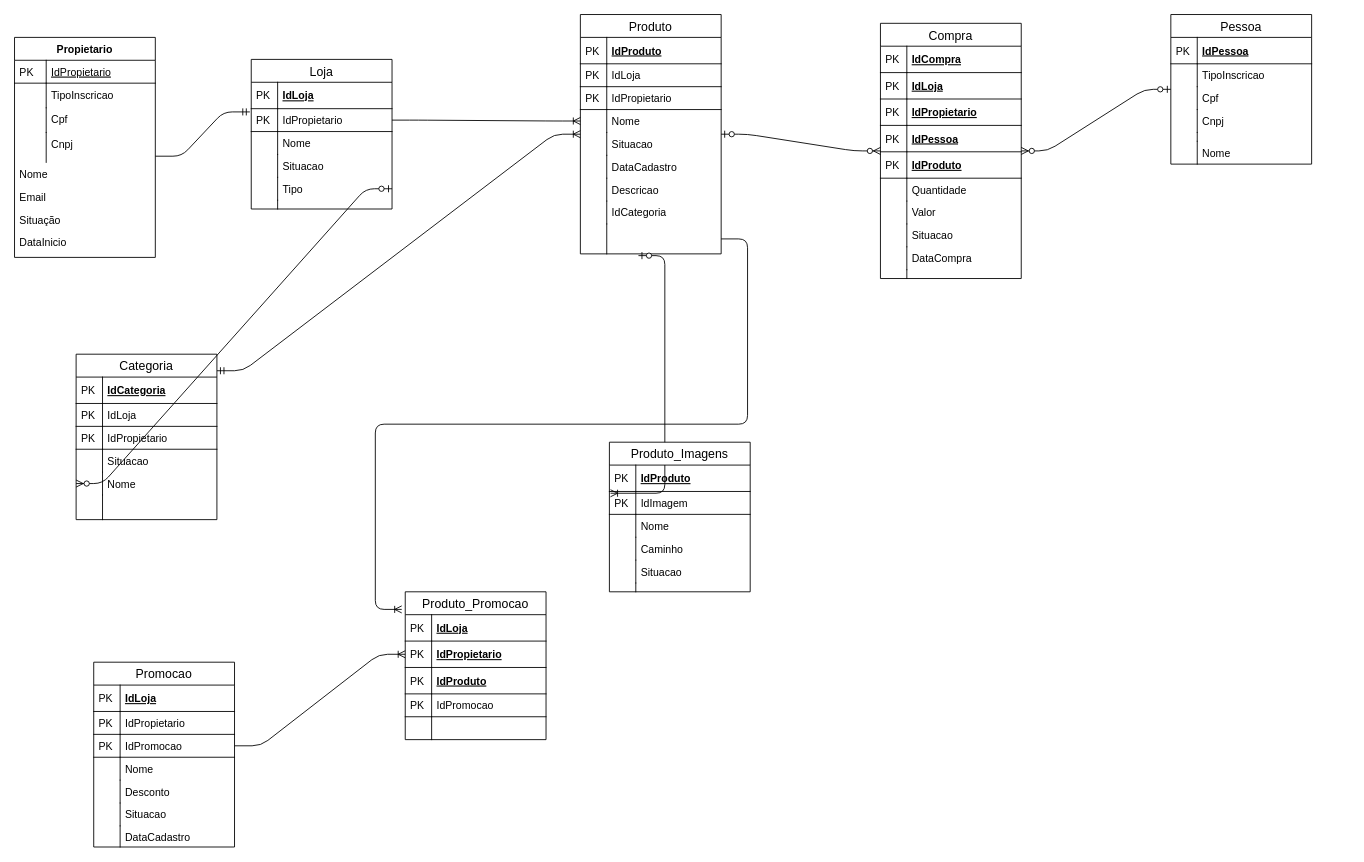
Before: Documentação/Diagramas/MER.drawio in jsilvastasiak/E-shopping, a draw.io diagram. Source tidied: cells renumbered, new cells numbered last; positions are measured from the earlier drawing's top-left corner, leaving out a move shared by most shapes. Both pictures are drawn from the tidied source at 88%, with x=0, y=0 at pixel (14, 14).
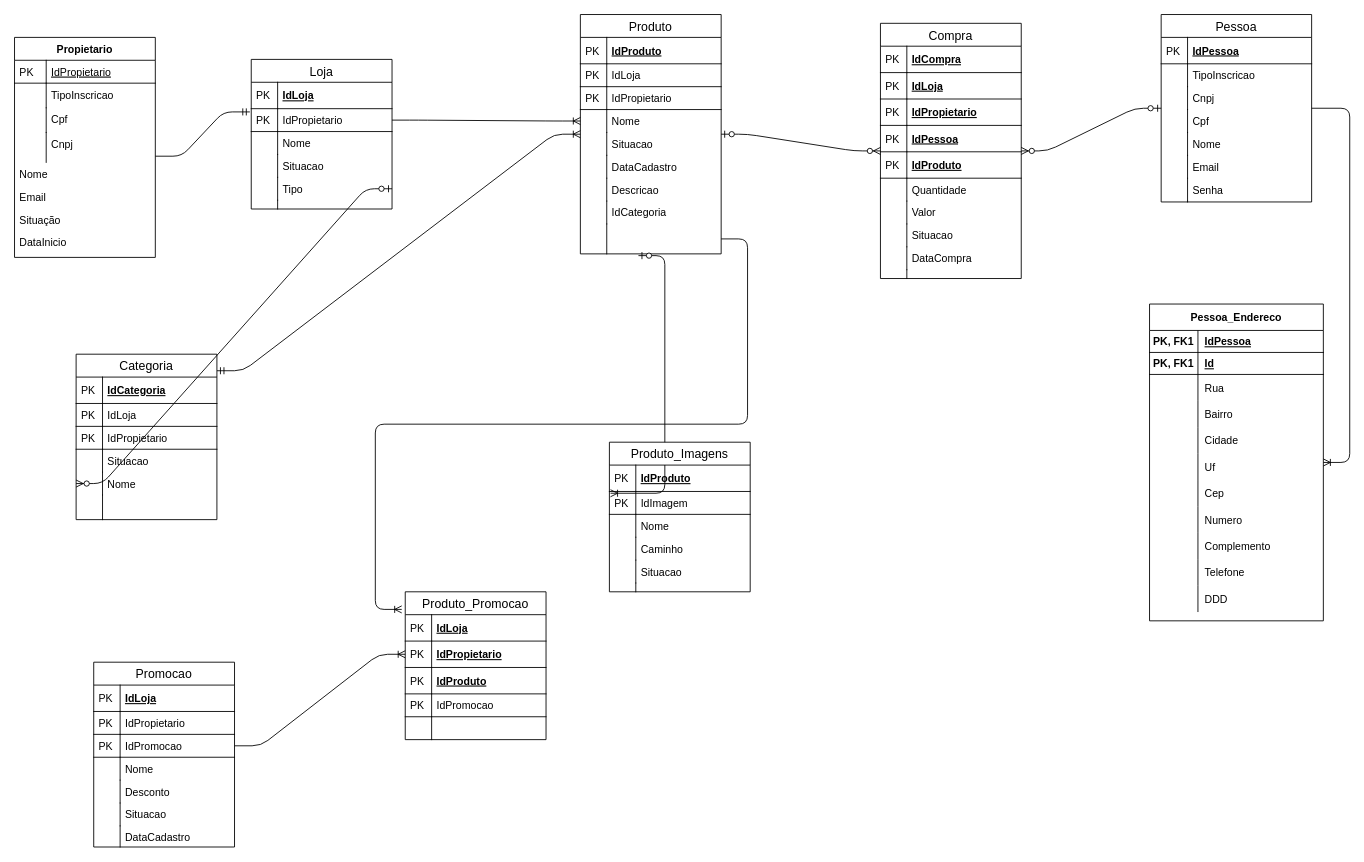
After the change.

The edit, as a diff of the source:
```diff
@@
     <mxCell id="35" value="Pessoa" style="swimlane;fontStyle=0;horizontal=1;startSize=26;align=center;fontSize=14;" parent="1" vertex="1">
-      <mxGeometry x="1314" width="160" height="170" as="geometry" />
+      <mxGeometry x="1303" width="171" height="213" as="geometry" />
     </mxCell>
     <mxCell id="36" value="IdPessoa" style="shape=partialRectangle;top=0;left=0;right=0;bottom=1;align=left;verticalAlign=middle;fillColor=none;spacingLeft=34;spacingRight=4;overflow=hidden;fontStyle=5;fontSize=12;" parent="35" vertex="1">
-      <mxGeometry y="26" width="160" height="30" as="geometry" />
+      <mxGeometry y="26" width="171" height="30" as="geometry" />
     </mxCell>
@@
     <mxCell id="38" value="TipoInscricao" style="shape=partialRectangle;top=0;left=0;right=0;bottom=0;align=left;verticalAlign=top;fillColor=none;spacingLeft=34;spacingRight=4;overflow=hidden;fontSize=12;" parent="35" vertex="1">
-      <mxGeometry y="56" width="160" height="26" as="geometry" />
+      <mxGeometry y="56" width="171" height="26" as="geometry" />
     </mxCell>
@@
+    <mxCell id="42" value="Cnpj" style="shape=partialRectangle;top=0;left=0;right=0;bottom=0;align=left;verticalAlign=top;fillColor=none;spacingLeft=34;spacingRight=4;overflow=hidden;fontSize=12;" parent="35" vertex="1">
+      <mxGeometry y="82" width="171" height="26" as="geometry" />
+    </mxCell>
+    <mxCell id="43" style="shape=partialRectangle;top=0;left=0;bottom=0;fillColor=none;align=left;verticalAlign=top;spacingLeft=4;spacingRight=4;overflow=hidden;fontSize=12;" parent="42" vertex="1">
+      <mxGeometry width="30" height="26" as="geometry" />
+    </mxCell>
     <mxCell id="40" value="Cpf" style="shape=partialRectangle;top=0;left=0;right=0;bottom=0;align=left;verticalAlign=top;fillColor=none;spacingLeft=34;spacingRight=4;overflow=hidden;fontSize=12;" parent="35" vertex="1">
-      <mxGeometry y="82" width="160" height="26" as="geometry" />
+      <mxGeometry y="108" width="171" height="26" as="geometry" />
     </mxCell>
@@
-    <mxCell id="42" value="Cnpj" style="shape=partialRectangle;top=0;left=0;right=0;bottom=0;align=left;verticalAlign=top;fillColor=none;spacingLeft=34;spacingRight=4;overflow=hidden;fontSize=12;" parent="35" vertex="1">
-      <mxGeometry y="108" width="160" height="26" as="geometry" />
-    </mxCell>
-    <mxCell id="43" style="shape=partialRectangle;top=0;left=0;bottom=0;fillColor=none;align=left;verticalAlign=top;spacingLeft=4;spacingRight=4;overflow=hidden;fontSize=12;" parent="42" vertex="1">
-      <mxGeometry width="30" height="26" as="geometry" />
-    </mxCell>
+    <mxCell id="142" value="Nome" style="shape=partialRectangle;top=0;left=0;right=0;bottom=0;align=left;verticalAlign=top;fillColor=none;spacingLeft=34;spacingRight=4;overflow=hidden;fontSize=12;" parent="35" vertex="1">
+      <mxGeometry y="134" width="171" height="26" as="geometry" />
+    </mxCell>
+    <mxCell id="143" style="shape=partialRectangle;top=0;left=0;bottom=0;fillColor=none;align=left;verticalAlign=top;spacingLeft=4;spacingRight=4;overflow=hidden;fontSize=12;" parent="142" vertex="1">
+      <mxGeometry width="30" height="26" as="geometry" />
+    </mxCell>
+    <mxCell id="46" value="Email" style="shape=partialRectangle;top=0;left=0;right=0;bottom=0;align=left;verticalAlign=top;fillColor=none;spacingLeft=34;spacingRight=4;overflow=hidden;fontSize=12;" parent="35" vertex="1">
+      <mxGeometry y="160" width="171" height="26" as="geometry" />
+    </mxCell>
+    <mxCell id="47" style="shape=partialRectangle;top=0;left=0;bottom=0;fillColor=none;align=left;verticalAlign=top;spacingLeft=4;spacingRight=4;overflow=hidden;fontSize=12;" parent="46" vertex="1">
+      <mxGeometry width="30" height="26" as="geometry" />
+    </mxCell>
+    <mxCell id="144" value="Senha" style="shape=partialRectangle;top=0;left=0;right=0;bottom=0;align=left;verticalAlign=top;fillColor=none;spacingLeft=34;spacingRight=4;overflow=hidden;fontSize=12;" parent="35" vertex="1">
+      <mxGeometry y="186" width="171" height="26" as="geometry" />
+    </mxCell>
+    <mxCell id="145" style="shape=partialRectangle;top=0;left=0;bottom=0;fillColor=none;align=left;verticalAlign=top;spacingLeft=4;spacingRight=4;overflow=hidden;fontSize=12;" parent="144" vertex="1">
+      <mxGeometry width="30" height="26" as="geometry" />
+    </mxCell>
     <mxCell id="44" style="shape=partialRectangle;top=0;left=0;right=0;bottom=0;align=left;verticalAlign=top;fillColor=none;spacingLeft=34;spacingRight=4;overflow=hidden;fontSize=12;" parent="35" vertex="1">
-      <mxGeometry y="134" width="160" height="10" as="geometry" />
+      <mxGeometry y="212" width="171" height="1" as="geometry" />
     </mxCell>
     <mxCell id="45" style="shape=partialRectangle;top=0;left=0;bottom=0;fillColor=none;align=left;verticalAlign=top;spacingLeft=4;spacingRight=4;overflow=hidden;fontSize=12;" parent="44" vertex="1">
-      <mxGeometry width="30" height="10" as="geometry" />
+      <mxGeometry width="30" height="1" as="geometry" />
     </mxCell>
-    <mxCell id="46" value="Nome" style="shape=partialRectangle;top=0;left=0;right=0;bottom=0;align=left;verticalAlign=top;fillColor=none;spacingLeft=34;spacingRight=4;overflow=hidden;fontSize=12;" parent="35" vertex="1">
-      <mxGeometry y="144" width="160" height="26" as="geometry" />
-    </mxCell>
-    <mxCell id="47" style="shape=partialRectangle;top=0;left=0;bottom=0;fillColor=none;align=left;verticalAlign=top;spacingLeft=4;spacingRight=4;overflow=hidden;fontSize=12;" parent="46" vertex="1">
-      <mxGeometry width="30" height="26" as="geometry" />
-    </mxCell>
@@
+    <mxCell id="146" value="Pessoa_Endereco" style="shape=table;startSize=30;childLayout=tableLayout;rowLines=0;fontStyle=1;align=center;" parent="1" vertex="1">
+      <mxGeometry x="1289.8" y="329" width="197.5" height="360" as="geometry" />
+    </mxCell>
+    <mxCell id="147" style="shape=partialRectangle;fillColor=none;top=0;left=0;bottom=1;right=0;" parent="146" vertex="1">
+      <mxGeometry y="30" width="197.5" height="25" as="geometry" />
+    </mxCell>
+    <mxCell id="148" value="PK, FK1" style="shape=partialRectangle;fillColor=none;top=0;left=0;bottom=0;right=0;fontStyle=1;overflow=hidden;" parent="147" vertex="1">
+      <mxGeometry width="55" height="25" as="geometry" />
+    </mxCell>
+    <mxCell id="149" value="IdPessoa" style="shape=partialRectangle;fillColor=none;top=0;left=0;bottom=0;right=0;align=left;spacingLeft=6;fontStyle=5;overflow=hidden;" parent="147" vertex="1">
+      <mxGeometry x="55" width="142.5" height="25" as="geometry" />
+    </mxCell>
+    <mxCell id="150" style="shape=partialRectangle;fillColor=none;top=0;left=0;bottom=1;right=0;" parent="146" vertex="1">
+      <mxGeometry y="55" width="197.5" height="25" as="geometry" />
+    </mxCell>
+    <mxCell id="151" value="PK, FK1" style="shape=partialRectangle;fillColor=none;top=0;left=0;bottom=0;right=0;fontStyle=1;overflow=hidden;" parent="150" vertex="1">
+      <mxGeometry width="55" height="25" as="geometry" />
+    </mxCell>
+    <mxCell id="152" value="Id" style="shape=partialRectangle;fillColor=none;top=0;left=0;bottom=0;right=0;align=left;spacingLeft=6;fontStyle=5;overflow=hidden;" parent="150" vertex="1">
+      <mxGeometry x="55" width="142.5" height="25" as="geometry" />
+    </mxCell>
+    <mxCell id="153" style="shape=partialRectangle;fillColor=none;top=0;left=0;bottom=0;right=0;" parent="146" vertex="1">
+      <mxGeometry y="80" width="197.5" height="30" as="geometry" />
+    </mxCell>
+    <mxCell id="154" style="shape=partialRectangle;fillColor=none;top=0;left=0;bottom=0;right=0;overflow=hidden;" parent="153" vertex="1">
+      <mxGeometry width="55" height="30" as="geometry" />
+    </mxCell>
+    <mxCell id="155" value="Rua" style="shape=partialRectangle;fillColor=none;top=0;left=0;bottom=0;right=0;align=left;spacingLeft=6;overflow=hidden;" parent="153" vertex="1">
+      <mxGeometry x="55" width="142.5" height="30" as="geometry" />
+    </mxCell>
+    <mxCell id="156" style="shape=partialRectangle;fillColor=none;top=0;left=0;bottom=0;right=0;" parent="146" vertex="1">
+      <mxGeometry y="110" width="197.5" height="30" as="geometry" />
+    </mxCell>
+    <mxCell id="157" style="shape=partialRectangle;fillColor=none;top=0;left=0;bottom=0;right=0;overflow=hidden;" parent="156" vertex="1">
+      <mxGeometry width="55" height="30" as="geometry" />
+    </mxCell>
+    <mxCell id="158" value="Bairro" style="shape=partialRectangle;fillColor=none;top=0;left=0;bottom=0;right=0;align=left;spacingLeft=6;overflow=hidden;" parent="156" vertex="1">
+      <mxGeometry x="55" width="142.5" height="30" as="geometry" />
+    </mxCell>
+    <mxCell id="159" style="shape=partialRectangle;fillColor=none;top=0;left=0;bottom=0;right=0;" parent="146" vertex="1">
+      <mxGeometry y="140" width="197.5" height="30" as="geometry" />
+    </mxCell>
+    <mxCell id="160" style="shape=partialRectangle;fillColor=none;top=0;left=0;bottom=0;right=0;overflow=hidden;" parent="159" vertex="1">
+      <mxGeometry width="55" height="30" as="geometry" />
+    </mxCell>
+    <mxCell id="161" value="Cidade" style="shape=partialRectangle;fillColor=none;top=0;left=0;bottom=0;right=0;align=left;spacingLeft=6;overflow=hidden;" parent="159" vertex="1">
+      <mxGeometry x="55" width="142.5" height="30" as="geometry" />
+    </mxCell>
+    <mxCell id="162" style="shape=partialRectangle;fillColor=none;top=0;left=0;bottom=0;right=0;" parent="146" vertex="1">
+      <mxGeometry y="170" width="197.5" height="30" as="geometry" />
+    </mxCell>
+    <mxCell id="163" style="shape=partialRectangle;fillColor=none;top=0;left=0;bottom=0;right=0;overflow=hidden;" parent="162" vertex="1">
+      <mxGeometry width="55" height="30" as="geometry" />
+    </mxCell>
+    <mxCell id="164" value="Uf" style="shape=partialRectangle;fillColor=none;top=0;left=0;bottom=0;right=0;align=left;spacingLeft=6;overflow=hidden;" parent="162" vertex="1">
+      <mxGeometry x="55" width="142.5" height="30" as="geometry" />
+    </mxCell>
+    <mxCell id="165" style="shape=partialRectangle;fillColor=none;top=0;left=0;bottom=0;right=0;" parent="146" vertex="1">
+      <mxGeometry y="200" width="197.5" height="30" as="geometry" />
+    </mxCell>
+    <mxCell id="166" style="shape=partialRectangle;fillColor=none;top=0;left=0;bottom=0;right=0;overflow=hidden;" parent="165" vertex="1">
+      <mxGeometry width="55" height="30" as="geometry" />
+    </mxCell>
+    <mxCell id="167" value="Cep" style="shape=partialRectangle;fillColor=none;top=0;left=0;bottom=0;right=0;align=left;spacingLeft=6;overflow=hidden;" parent="165" vertex="1">
+      <mxGeometry x="55" width="142.5" height="30" as="geometry" />
+    </mxCell>
+    <mxCell id="168" style="shape=partialRectangle;fillColor=none;top=0;left=0;bottom=0;right=0;" parent="146" vertex="1">
+      <mxGeometry y="230" width="197.5" height="30" as="geometry" />
+    </mxCell>
+    <mxCell id="169" style="shape=partialRectangle;fillColor=none;top=0;left=0;bottom=0;right=0;overflow=hidden;" parent="168" vertex="1">
+      <mxGeometry width="55" height="30" as="geometry" />
+    </mxCell>
+    <mxCell id="170" value="Numero" style="shape=partialRectangle;fillColor=none;top=0;left=0;bottom=0;right=0;align=left;spacingLeft=6;overflow=hidden;" parent="168" vertex="1">
+      <mxGeometry x="55" width="142.5" height="30" as="geometry" />
+    </mxCell>
+    <mxCell id="171" style="shape=partialRectangle;fillColor=none;top=0;left=0;bottom=0;right=0;" parent="146" vertex="1">
+      <mxGeometry y="260" width="197.5" height="30" as="geometry" />
+    </mxCell>
+    <mxCell id="172" style="shape=partialRectangle;fillColor=none;top=0;left=0;bottom=0;right=0;overflow=hidden;" parent="171" vertex="1">
+      <mxGeometry width="55" height="30" as="geometry" />
+    </mxCell>
+    <mxCell id="173" value="Complemento" style="shape=partialRectangle;fillColor=none;top=0;left=0;bottom=0;right=0;align=left;spacingLeft=6;overflow=hidden;" parent="171" vertex="1">
+      <mxGeometry x="55" width="142.5" height="30" as="geometry" />
+    </mxCell>
+    <mxCell id="174" style="shape=partialRectangle;fillColor=none;top=0;left=0;bottom=0;right=0;" parent="146" vertex="1">
+      <mxGeometry y="290" width="197.5" height="30" as="geometry" />
+    </mxCell>
+    <mxCell id="175" style="shape=partialRectangle;fillColor=none;top=0;left=0;bottom=0;right=0;overflow=hidden;" parent="174" vertex="1">
+      <mxGeometry width="55" height="30" as="geometry" />
+    </mxCell>
+    <mxCell id="176" value="Telefone" style="shape=partialRectangle;fillColor=none;top=0;left=0;bottom=0;right=0;align=left;spacingLeft=6;overflow=hidden;" parent="174" vertex="1">
+      <mxGeometry x="55" width="142.5" height="30" as="geometry" />
+    </mxCell>
+    <mxCell id="177" style="shape=partialRectangle;fillColor=none;top=0;left=0;bottom=0;right=0;" parent="146" vertex="1">
+      <mxGeometry y="320" width="197.5" height="30" as="geometry" />
+    </mxCell>
+    <mxCell id="178" style="shape=partialRectangle;fillColor=none;top=0;left=0;bottom=0;right=0;overflow=hidden;" parent="177" vertex="1">
+      <mxGeometry width="55" height="30" as="geometry" />
+    </mxCell>
+    <mxCell id="179" value="DDD" style="shape=partialRectangle;fillColor=none;top=0;left=0;bottom=0;right=0;align=left;spacingLeft=6;overflow=hidden;" parent="177" vertex="1">
+      <mxGeometry x="55" width="142.5" height="30" as="geometry" />
+    </mxCell>
@@
+    <mxCell id="180" style="edgeStyle=entityRelationEdgeStyle;fontSize=12;html=1;endArrow=ERoneToMany;" parent="1" edge="1" source="35" target="146">
+      <mxGeometry relative="1" as="geometry" />
+    </mxCell>
```
